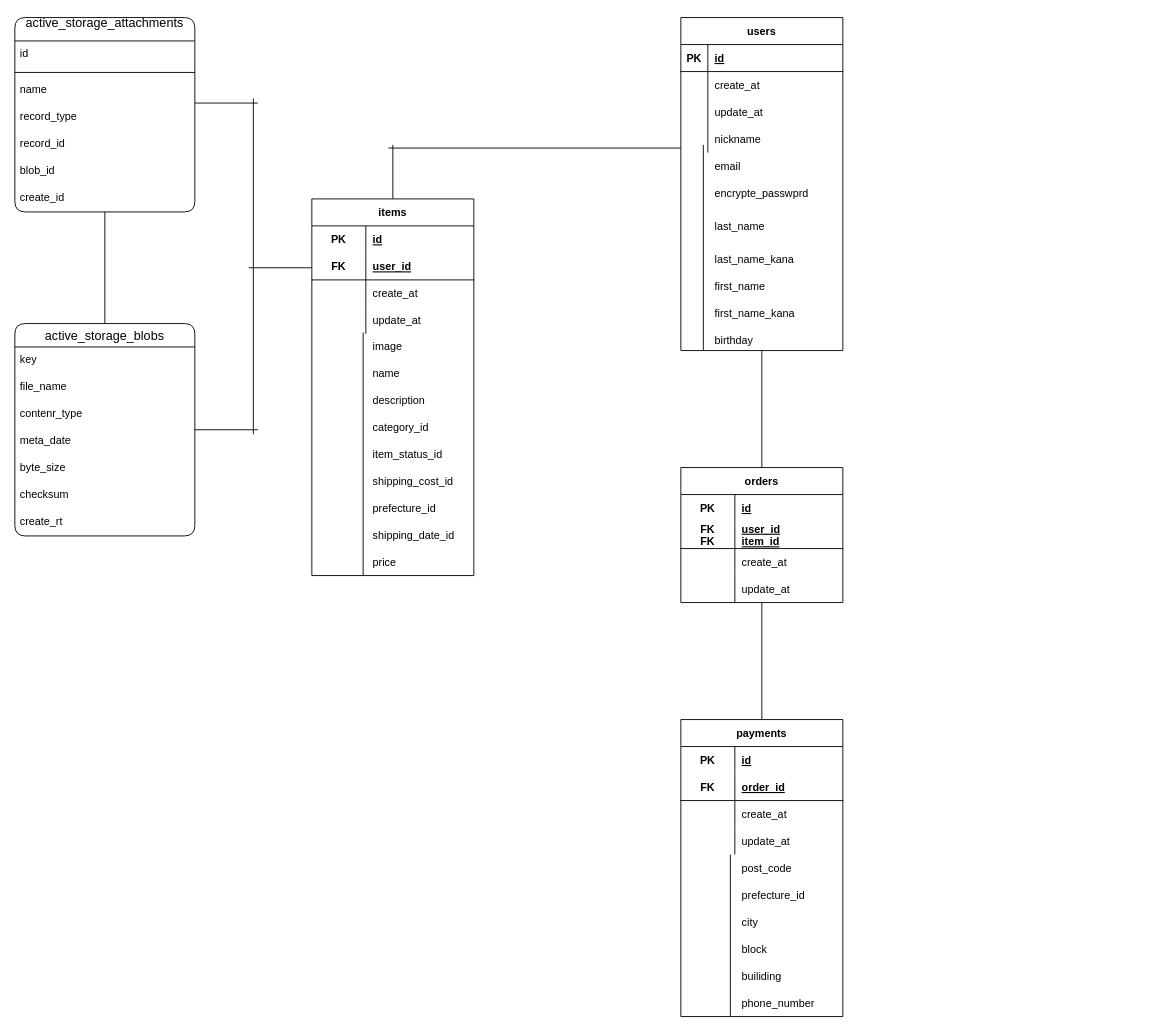
Before: furima-38945.dio in yusaku0609/furima-38945, a draw.io diagram. Source tidied: cells renumbered, new cells numbered last; positions are measured from the earlier drawing's top-left corner, leaving out a move shared by most shapes. Both pictures are drawn from the tidied source at 90%, with x=0, y=0 at pixel (14, 17).
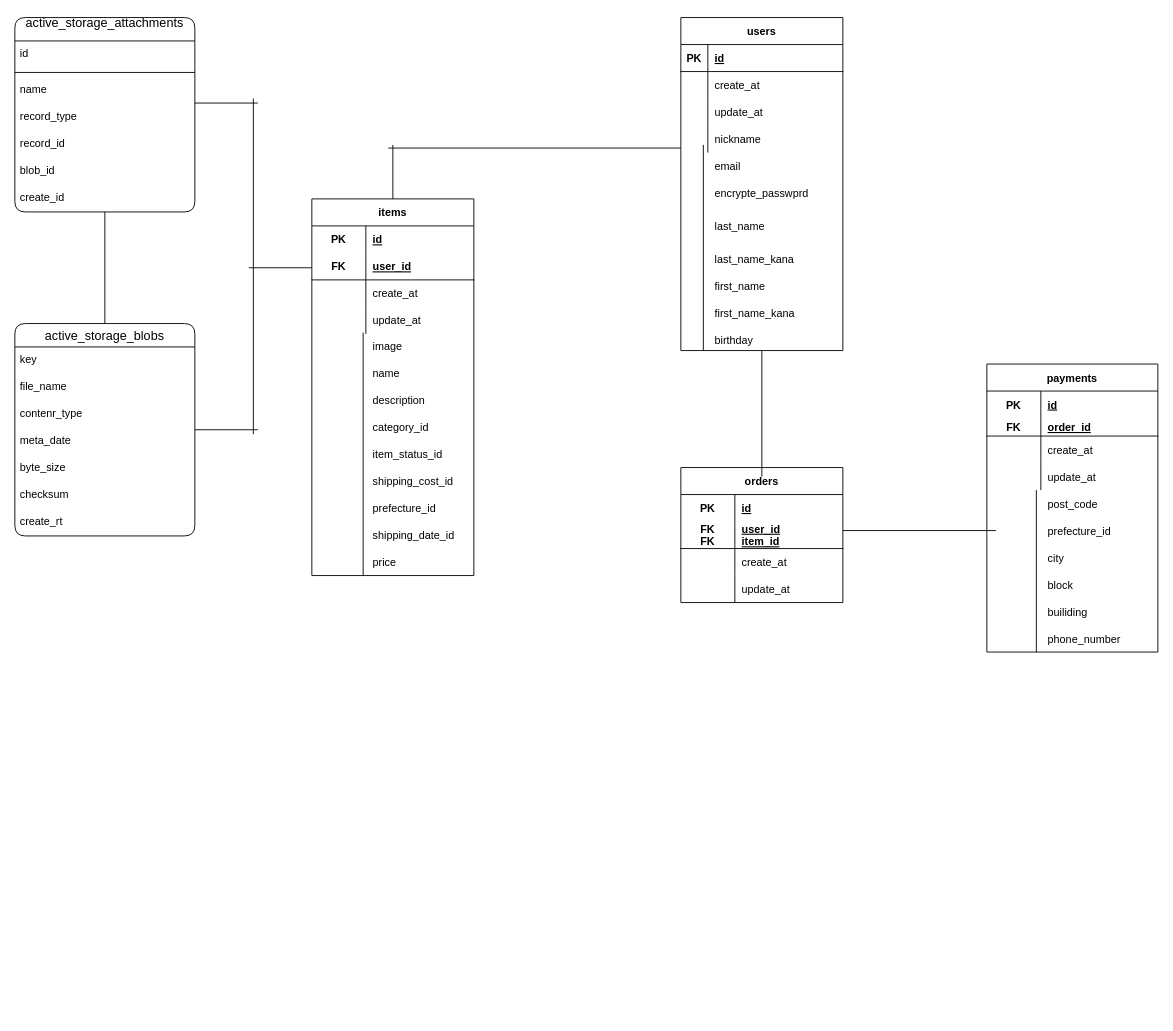
The same page after the edit.

Commit message (it also covers changes not shown here):
データベース設計の修正

The edit, as a diff of the source:
```diff
@@
     <mxCell id="92" style="line;strokeWidth=1;dashed=0;labelPosition=right;align=left;verticalAlign=middle;spacingTop=0;spacingLeft=6;direction=south;" parent="1" vertex="1">
-      <mxGeometry x="825" y="370" width="10" height="130" as="geometry" />
+      <mxGeometry x="825" y="370" width="10" height="140" as="geometry" />
     </mxCell>
     <mxCell id="93" value="payments" style="shape=table;startSize=30;childLayout=tableLayout;rowLines=0;fontStyle=1;align=center;" parent="1" vertex="1">
-      <mxGeometry x="740" y="780" width="180" height="330" as="geometry" />
+      <mxGeometry x="1080" y="385" width="190" height="320" as="geometry" />
     </mxCell>
     <mxCell id="94" style="shape=tableRow;horizontal=0;startSize=0;swimlaneHead=0;swimlaneBody=0;fillColor=none;top=0;left=0;right=0;bottom=0;" parent="93" vertex="1">
-      <mxGeometry y="30" width="180" height="30" as="geometry" />
+      <mxGeometry y="30" width="190" height="30" as="geometry" />
     </mxCell>
@@
     <mxCell id="96" value="id" style="shape=partialRectangle;fillColor=none;top=0;left=0;bottom=0;right=0;align=left;spacingLeft=6;fontStyle=5;overflow=hidden;" parent="94" vertex="1">
-      <mxGeometry x="60" width="120" height="30" as="geometry" />
+      <mxGeometry x="60" width="130" height="30" as="geometry" />
     </mxCell>
     <mxCell id="97" style="shape=tableRow;horizontal=0;startSize=0;swimlaneHead=0;swimlaneBody=0;fillColor=none;top=0;left=0;right=0;bottom=1;" parent="93" vertex="1">
-      <mxGeometry y="60" width="180" height="30" as="geometry" />
+      <mxGeometry y="60" width="190" height="20" as="geometry" />
     </mxCell>
     <mxCell id="98" value="FK" style="shape=partialRectangle;fillColor=none;top=0;left=0;bottom=0;right=0;fontStyle=1;overflow=hidden;" parent="97" vertex="1">
-      <mxGeometry width="60" height="30" as="geometry" />
+      <mxGeometry width="60" height="20" as="geometry" />
     </mxCell>
     <mxCell id="99" value="order_id" style="shape=partialRectangle;fillColor=none;top=0;left=0;bottom=0;right=0;align=left;spacingLeft=6;fontStyle=5;overflow=hidden;" parent="97" vertex="1">
-      <mxGeometry x="60" width="120" height="30" as="geometry" />
+      <mxGeometry x="60" width="130" height="20" as="geometry" />
     </mxCell>
     <mxCell id="100" style="shape=tableRow;horizontal=0;startSize=0;swimlaneHead=0;swimlaneBody=0;fillColor=none;top=0;left=0;right=0;bottom=0;" parent="93" vertex="1">
-      <mxGeometry y="90" width="180" height="30" as="geometry" />
+      <mxGeometry y="80" width="190" height="30" as="geometry" />
     </mxCell>
@@
     <mxCell id="102" value="create_at" style="shape=partialRectangle;fillColor=none;top=0;left=0;bottom=0;right=0;align=left;spacingLeft=6;overflow=hidden;" parent="100" vertex="1">
-      <mxGeometry x="60" width="120" height="30" as="geometry" />
+      <mxGeometry x="60" width="130" height="30" as="geometry" />
     </mxCell>
     <mxCell id="103" style="shape=tableRow;horizontal=0;startSize=0;swimlaneHead=0;swimlaneBody=0;fillColor=none;top=0;left=0;right=0;bottom=0;" parent="93" vertex="1">
-      <mxGeometry y="120" width="180" height="30" as="geometry" />
+      <mxGeometry y="110" width="190" height="30" as="geometry" />
     </mxCell>
@@
     <mxCell id="105" value="update_at" style="shape=partialRectangle;fillColor=none;top=0;left=0;bottom=0;right=0;align=left;spacingLeft=6;overflow=hidden;" parent="103" vertex="1">
-      <mxGeometry x="60" width="120" height="30" as="geometry" />
+      <mxGeometry x="60" width="130" height="30" as="geometry" />
     </mxCell>
     <mxCell id="106" value="post_code" style="shape=partialRectangle;fillColor=none;top=0;left=0;bottom=0;right=0;align=left;spacingLeft=6;overflow=hidden;" parent="1" vertex="1">
-      <mxGeometry x="800" y="930" width="120" height="30" as="geometry" />
+      <mxGeometry x="1140" y="525" width="120" height="30" as="geometry" />
     </mxCell>
     <mxCell id="107" value="prefecture_id" style="shape=partialRectangle;fillColor=none;top=0;left=0;bottom=0;right=0;align=left;spacingLeft=6;overflow=hidden;" parent="1" vertex="1">
-      <mxGeometry x="800" y="960" width="120" height="30" as="geometry" />
+      <mxGeometry x="1140" y="555" width="120" height="30" as="geometry" />
     </mxCell>
     <mxCell id="108" value="city" style="shape=partialRectangle;fillColor=none;top=0;left=0;bottom=0;right=0;align=left;spacingLeft=6;overflow=hidden;" parent="1" vertex="1">
-      <mxGeometry x="800" y="990" width="120" height="30" as="geometry" />
+      <mxGeometry x="1140" y="585" width="120" height="30" as="geometry" />
     </mxCell>
     <mxCell id="109" value="block" style="shape=partialRectangle;fillColor=none;top=0;left=0;bottom=0;right=0;align=left;spacingLeft=6;overflow=hidden;" parent="1" vertex="1">
-      <mxGeometry x="800" y="1020" width="120" height="30" as="geometry" />
+      <mxGeometry x="1140" y="615" width="120" height="30" as="geometry" />
     </mxCell>
     <mxCell id="110" value="builiding" style="shape=partialRectangle;fillColor=none;top=0;left=0;bottom=0;right=0;align=left;spacingLeft=6;overflow=hidden;" parent="1" vertex="1">
-      <mxGeometry x="800" y="1050" width="120" height="30" as="geometry" />
+      <mxGeometry x="1140" y="645" width="120" height="30" as="geometry" />
     </mxCell>
     <mxCell id="111" value="phone_number" style="shape=partialRectangle;fillColor=none;top=0;left=0;bottom=0;right=0;align=left;spacingLeft=6;overflow=hidden;" parent="1" vertex="1">
-      <mxGeometry x="800" y="1080" width="120" height="30" as="geometry" />
+      <mxGeometry x="1140" y="675" width="120" height="30" as="geometry" />
     </mxCell>
     <mxCell id="112" style="line;strokeWidth=1;dashed=0;labelPosition=right;align=left;verticalAlign=middle;spacingTop=0;spacingLeft=6;direction=south;" parent="1" vertex="1">
-      <mxGeometry x="790" y="930" width="10" height="180" as="geometry" />
+      <mxGeometry x="1130" y="525" width="10" height="180" as="geometry" />
     </mxCell>
-    <mxCell id="113" style="line;strokeWidth=1;dashed=0;labelPosition=right;align=left;verticalAlign=middle;spacingTop=0;spacingLeft=6;direction=south;" parent="1" vertex="1">
-      <mxGeometry x="825" y="650" width="10" height="130" as="geometry" />
+    <mxCell id="113" style="line;strokeWidth=1;dashed=0;labelPosition=right;align=left;verticalAlign=middle;spacingTop=0;spacingLeft=6;direction=west;" parent="1" vertex="1">
+      <mxGeometry x="920" y="565" width="170" height="10" as="geometry" />
     </mxCell>
```
